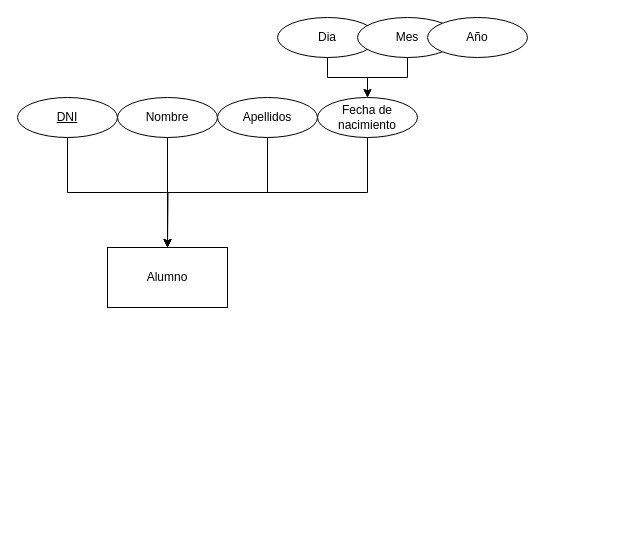
This is basesdedatos1.drawio from vnavacar/warm-up, a draw.io file, before an edit. Source tidied: cells renumbered, new cells numbered last; positions are measured from the earlier drawing's top-left corner, leaving out a move shared by most shapes. Both pictures are drawn from the tidied source at 100%, with x=0, y=0 at pixel (17, 17).
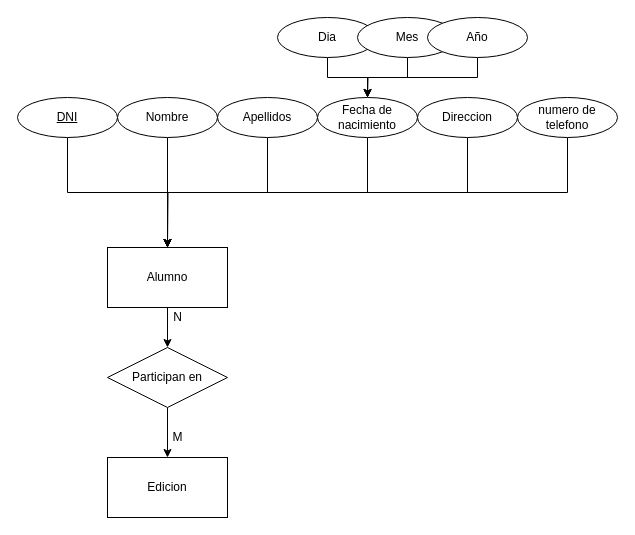
Above is the later version.

Unchanged cells that the change refers to:
```xml
<mxCell id="2" value="Alumno" style="rounded=0;whiteSpace=wrap;html=1;" parent="1" vertex="1">
  <mxGeometry x="90" y="230" width="120" height="60" as="geometry" />
</mxCell>
<mxCell id="15" value="Año" style="ellipse;whiteSpace=wrap;html=1;align=center;" parent="1" vertex="1">
  <mxGeometry x="410" width="100" height="40" as="geometry" />
</mxCell>
```

The edit, as a diff of the source:
```diff
@@
+    <mxCell id="16" style="edgeStyle=orthogonalEdgeStyle;rounded=0;jettySize=auto;html=1;exitX=0.5;exitY=1;exitDx=0;exitDy=0;entryX=0.5;entryY=0;entryDx=0;entryDy=0;" parent="1" edge="1" source="2" target="24">
+      <mxGeometry relative="1" as="geometry" />
+    </mxCell>
@@
+    <mxCell id="17" style="edgeStyle=orthogonalEdgeStyle;rounded=0;jettySize=auto;html=1;exitX=0.5;exitY=1;exitDx=0;exitDy=0;" parent="1" edge="1" source="15">
+      <mxGeometry relative="1" as="geometry">
+        <mxPoint x="350" y="80" as="targetPoint" />
+      </mxGeometry>
+    </mxCell>
@@
+    <mxCell id="18" style="edgeStyle=orthogonalEdgeStyle;rounded=0;jettySize=auto;html=1;exitX=0.5;exitY=1;exitDx=0;exitDy=0;entryX=0.5;entryY=0;entryDx=0;entryDy=0;" parent="1" edge="1" source="19" target="2">
+      <mxGeometry relative="1" as="geometry" />
+    </mxCell>
+    <mxCell id="19" value="Direccion" style="ellipse;whiteSpace=wrap;html=1;align=center;" parent="1" vertex="1">
+      <mxGeometry x="400" y="80" width="100" height="40" as="geometry" />
+    </mxCell>
+    <mxCell id="20" style="edgeStyle=orthogonalEdgeStyle;rounded=0;jettySize=auto;html=1;exitX=0.5;exitY=1;exitDx=0;exitDy=0;entryX=0.5;entryY=0;entryDx=0;entryDy=0;" parent="1" edge="1" source="21" target="2">
+      <mxGeometry relative="1" as="geometry" />
+    </mxCell>
+    <mxCell id="21" value="numero de telefono" style="ellipse;whiteSpace=wrap;html=1;align=center;" parent="1" vertex="1">
+      <mxGeometry x="500" y="80" width="100" height="40" as="geometry" />
+    </mxCell>
+    <mxCell id="22" value="Edicion" style="whiteSpace=wrap;html=1;align=center;" parent="1" vertex="1">
+      <mxGeometry x="90" y="440" width="120" height="60" as="geometry" />
+    </mxCell>
+    <mxCell id="23" style="edgeStyle=orthogonalEdgeStyle;rounded=0;jettySize=auto;html=1;exitX=0.5;exitY=1;exitDx=0;exitDy=0;entryX=0.5;entryY=0;entryDx=0;entryDy=0;" parent="1" edge="1" source="24" target="22">
+      <mxGeometry relative="1" as="geometry" />
+    </mxCell>
+    <mxCell id="24" value="Participan en" style="shape=rhombus;perimeter=rhombusPerimeter;whiteSpace=wrap;html=1;align=center;" parent="1" vertex="1">
+      <mxGeometry x="90" y="330" width="120" height="60" as="geometry" />
+    </mxCell>
+    <mxCell id="25" value="N" style="text;html=1;align=center;verticalAlign=middle;strokeColor=none;fillColor=none;" parent="1" vertex="1">
+      <mxGeometry x="150" y="290" width="20" height="20" as="geometry" />
+    </mxCell>
+    <mxCell id="26" value="M" style="text;html=1;align=center;verticalAlign=middle;strokeColor=none;fillColor=none;" parent="1" vertex="1">
+      <mxGeometry x="145" y="410" width="30" height="20" as="geometry" />
+    </mxCell>
```
